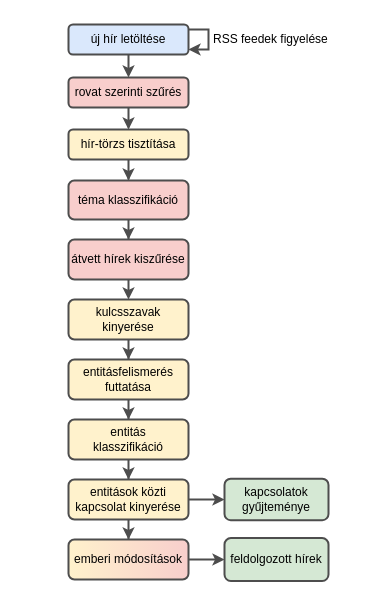
Above: paper/figures/flowchart-konkret.drawio in boapps/szakdoga (draw.io), before the change. Source tidied: cells renumbered, new cells numbered last; positions are measured from the earlier drawing's top-left corner, leaving out a move shared by most shapes. Both pictures are drawn from the tidied source at 100%, with x=0, y=0 at pixel (68, 19). Pictures stored in the file or linked from it are replaced by grey dashed boxes.
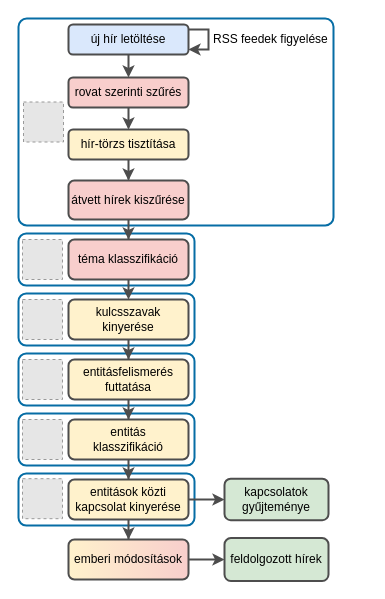
The same diagram, later.

Change to the diagram source:
```diff
@@
+    <mxCell id="29" style="rounded=1;whiteSpace=wrap;html=1;fillColor=none;strokeColor=#066da5;strokeWidth=2;" parent="1" vertex="1">
+      <mxGeometry x="-50" y="454" width="176" height="52" as="geometry" />
+    </mxCell>
+    <mxCell id="30" style="rounded=1;whiteSpace=wrap;html=1;fillColor=none;strokeColor=#066da5;strokeWidth=2;" parent="1" vertex="1">
+      <mxGeometry x="-50" y="394" width="176" height="52" as="geometry" />
+    </mxCell>
+    <mxCell id="31" style="rounded=1;whiteSpace=wrap;html=1;fillColor=none;strokeColor=#066da5;strokeWidth=2;" parent="1" vertex="1">
+      <mxGeometry x="-50" y="334" width="176" height="52" as="geometry" />
+    </mxCell>
+    <mxCell id="32" style="rounded=1;whiteSpace=wrap;html=1;fillColor=none;strokeColor=#066da5;strokeWidth=2;" parent="1" vertex="1">
+      <mxGeometry x="-50" y="274" width="176" height="52" as="geometry" />
+    </mxCell>
+    <mxCell id="33" style="rounded=1;whiteSpace=wrap;html=1;fillColor=none;strokeColor=#066da5;strokeWidth=2;" parent="1" vertex="1">
+      <mxGeometry x="-50" y="214" width="176" height="52" as="geometry" />
+    </mxCell>
@@
-    <mxCell id="12" style="group;align=left;strokeWidth=1;" parent="1" vertex="1">
-      <mxGeometry width="273" height="40" as="geometry" />
+    <mxCell id="12" style="group;align=left;strokeWidth=1;rounded=1;arcSize=8;" parent="1" vertex="1">
+      <mxGeometry width="300" height="210" as="geometry" />
     </mxCell>
@@
+    <mxCell id="34" style="rounded=1;whiteSpace=wrap;html=1;fillColor=none;strokeColor=#066da5;strokeWidth=2;arcSize=4;" parent="12" vertex="1">
+      <mxGeometry x="-50" y="-1" width="315" height="207" as="geometry" />
+    </mxCell>
+    <mxCell id="35" style="fillColor=#E6E6E6;strokeColor=#999999;dashed=1;" parent="12" vertex="1">
+      <mxGeometry x="-45" y="82.5" width="40" height="40" as="geometry" />
+    </mxCell>
@@
-    <mxCell id="24" value="téma klasszifikáció" style="rounded=1;whiteSpace=wrap;html=1;fillColor=#f8cecc;strokeColor=#4D4D4D;strokeWidth=2;" parent="1" vertex="1">
+    <mxCell id="24" value="átvett hírek kiszűrése" style="rounded=1;whiteSpace=wrap;html=1;fillColor=#f8cecc;strokeColor=#4D4D4D;strokeWidth=2;" parent="1" vertex="1">
       <mxGeometry y="161" width="120" height="39" as="geometry" />
     </mxCell>
-    <mxCell id="25" value="átvett hírek kiszűrése" style="rounded=1;whiteSpace=wrap;html=1;fillColor=#f8cecc;strokeColor=#4D4D4D;strokeWidth=2;" parent="1" vertex="1">
+    <mxCell id="25" value="téma klasszifikáció" style="rounded=1;whiteSpace=wrap;html=1;fillColor=#f8cecc;strokeColor=#4D4D4D;strokeWidth=2;" parent="1" vertex="1">
       <mxGeometry y="220" width="120" height="40" as="geometry" />
     </mxCell>
@@
+    <mxCell id="36" style="fillColor=#E6E6E6;strokeColor=#999999;dashed=1;" parent="1" vertex="1">
+      <mxGeometry x="-46" y="459.2" width="40" height="40" as="geometry" />
+    </mxCell>
+    <mxCell id="37" style="fillColor=#E6E6E6;strokeColor=#999999;dashed=1;" parent="1" vertex="1">
+      <mxGeometry x="-46" y="400" width="40" height="40" as="geometry" />
+    </mxCell>
+    <mxCell id="38" style="fillColor=#E6E6E6;strokeColor=#999999;dashed=1;" parent="1" vertex="1">
+      <mxGeometry x="-46" y="340" width="40" height="40" as="geometry" />
+    </mxCell>
+    <mxCell id="39" style="fillColor=#E6E6E6;strokeColor=#999999;dashed=1;" parent="1" vertex="1">
+      <mxGeometry x="-46" y="280" width="40" height="40" as="geometry" />
+    </mxCell>
+    <mxCell id="40" style="fillColor=#E6E6E6;strokeColor=#999999;dashed=1;" parent="1" vertex="1">
+      <mxGeometry x="-46" y="220" width="40" height="40" as="geometry" />
+    </mxCell>
```
